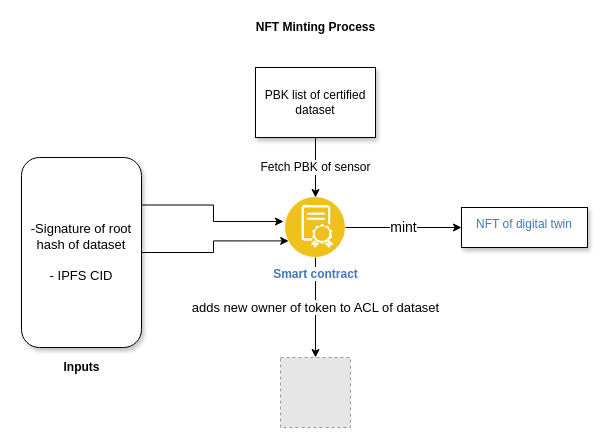
This is page "Page-3" (3 of 5) of diagrams/dataset_merkle_tree.drawio from taia-x/taia-x, a draw.io file, before an edit. Source tidied: cells renumbered, new cells numbered last; positions are measured from the earlier drawing's top-left corner, leaving out a move shared by most shapes. Both pictures are drawn from the tidied source at 100%, with x=0, y=0 at pixel (21, 17). Pictures stored in the file or linked from it are replaced by grey dashed boxes.
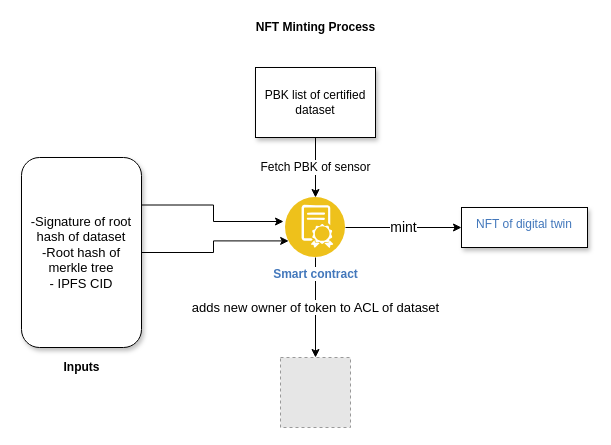
Above is the later version.

Change to the diagram source:
```diff
@@
 <mxGraphModel>
   <root>
     <mxCell id="0" />
     <mxCell id="1" parent="0" />
     <mxCell id="2" value="mint" style="edgeStyle=orthogonalEdgeStyle;rounded=0;jettySize=auto;html=1;fontSize=14;" parent="1" edge="1" source="4" target="12">
       <mxGeometry relative="1" as="geometry" />
     </mxCell>
     <mxCell id="3" value="adds new owner of token to ACL of dataset" style="edgeStyle=orthogonalEdgeStyle;rounded=0;jettySize=auto;html=1;exitX=0.5;exitY=1;exitDx=0;exitDy=0;fontSize=13;entryX=0.5;entryY=0;entryDx=0;entryDy=0;" parent="1" edge="1" source="4" target="13">
       <mxGeometry relative="1" as="geometry" />
     </mxCell>
     <mxCell id="4" value="&lt;b&gt;Smart contract&lt;/b&gt;" style="perimeter=ellipsePerimeter;html=1;align=center;shadow=0;dashed=0;fontColor=#4277BB;labelBackgroundColor=#ffffff;fontSize=12;spacingTop=3;image;image=img/lib/ibm/blockchain/smart_contract.svg;" parent="1" vertex="1">
       <mxGeometry x="264" y="180" width="60" height="60" as="geometry" />
     </mxCell>
     <mxCell id="5" style="group;" parent="1" vertex="1">
       <mxGeometry y="150" width="120" height="180" as="geometry" />
     </mxCell>
-    <mxCell id="6" value="&lt;font style=&quot;font-size: 13px&quot;&gt;-Signature of root hash of dataset&lt;br&gt;&lt;br&gt;- IPFS CID&lt;/font&gt;" style="rounded=1;whiteSpace=wrap;html=1;shadow=1;fontSize=12;" parent="5" vertex="1">
+    <mxCell id="6" value="&lt;font style=&quot;font-size: 13px&quot;&gt;-Signature of root hash of dataset&lt;br&gt;-Root hash of merkle tree&lt;br&gt;- IPFS CID&lt;/font&gt;" style="rounded=1;whiteSpace=wrap;html=1;shadow=1;fontSize=12;" parent="5" vertex="1">
       <mxGeometry y="-10" width="120" height="190" as="geometry" />
     </mxCell>
     <mxCell id="7" style="edgeStyle=orthogonalEdgeStyle;rounded=0;jettySize=auto;html=1;exitX=1;exitY=0.25;exitDx=0;exitDy=0;entryX=-0.033;entryY=0.4;entryDx=0;entryDy=0;entryPerimeter=0;fontSize=12;" parent="1" edge="1" source="6" target="4">
       <mxGeometry relative="1" as="geometry" />
     </mxCell>
     <mxCell id="8" style="edgeStyle=orthogonalEdgeStyle;rounded=0;jettySize=auto;html=1;exitX=1;exitY=0.5;exitDx=0;exitDy=0;entryX=0;entryY=0.75;entryDx=0;entryDy=0;fontSize=12;" parent="1" edge="1" source="6" target="4">
       <mxGeometry relative="1" as="geometry" />
     </mxCell>
     <mxCell id="9" value="Fetch PBK of sensor" style="edgeStyle=orthogonalEdgeStyle;rounded=0;jettySize=auto;html=1;exitX=0.5;exitY=1;exitDx=0;exitDy=0;entryX=0.5;entryY=0;entryDx=0;entryDy=0;fontSize=12;" parent="1" edge="1" source="10" target="4">
       <mxGeometry relative="1" as="geometry" />
     </mxCell>
     <mxCell id="10" value="PBK list of certified dataset" style="rounded=0;whiteSpace=wrap;html=1;shadow=1;fontSize=12;" parent="1" vertex="1">
       <mxGeometry x="234" y="50" width="120" height="70" as="geometry" />
     </mxCell>
     <mxCell id="11" value="&lt;b&gt;Inputs&lt;/b&gt;" style="text;html=1;align=center;verticalAlign=middle;strokeColor=none;fillColor=none;fontSize=12;" parent="1" vertex="1">
       <mxGeometry x="35" y="340" width="50" height="20" as="geometry" />
     </mxCell>
     <mxCell id="12" value="NFT of digital twin" style="whiteSpace=wrap;html=1;shadow=1;dashed=0;fontColor=#4277BB;verticalAlign=top;labelBackgroundColor=rgb(255, 255, 255);spacingTop=3;" parent="1" vertex="1">
       <mxGeometry x="440" y="190" width="126" height="40" as="geometry" />
     </mxCell>
     <mxCell id="13" style="fillColor=#E6E6E6;strokeColor=#999999;dashed=1;html=1;verticalAlign=top;verticalLabelPosition=bottom;labelBackgroundColor=#ffffff;fontSize=13;" parent="1" vertex="1">
       <mxGeometry x="259" y="340" width="70" height="70" as="geometry" />
     </mxCell>
     <mxCell id="14" value="&lt;b&gt;NFT Minting Process&lt;/b&gt;" style="text;html=1;align=center;verticalAlign=middle;strokeColor=none;fillColor=none;" parent="1" vertex="1">
       <mxGeometry x="229" width="130" height="20" as="geometry" />
     </mxCell>
   </root>
 </mxGraphModel>
```
